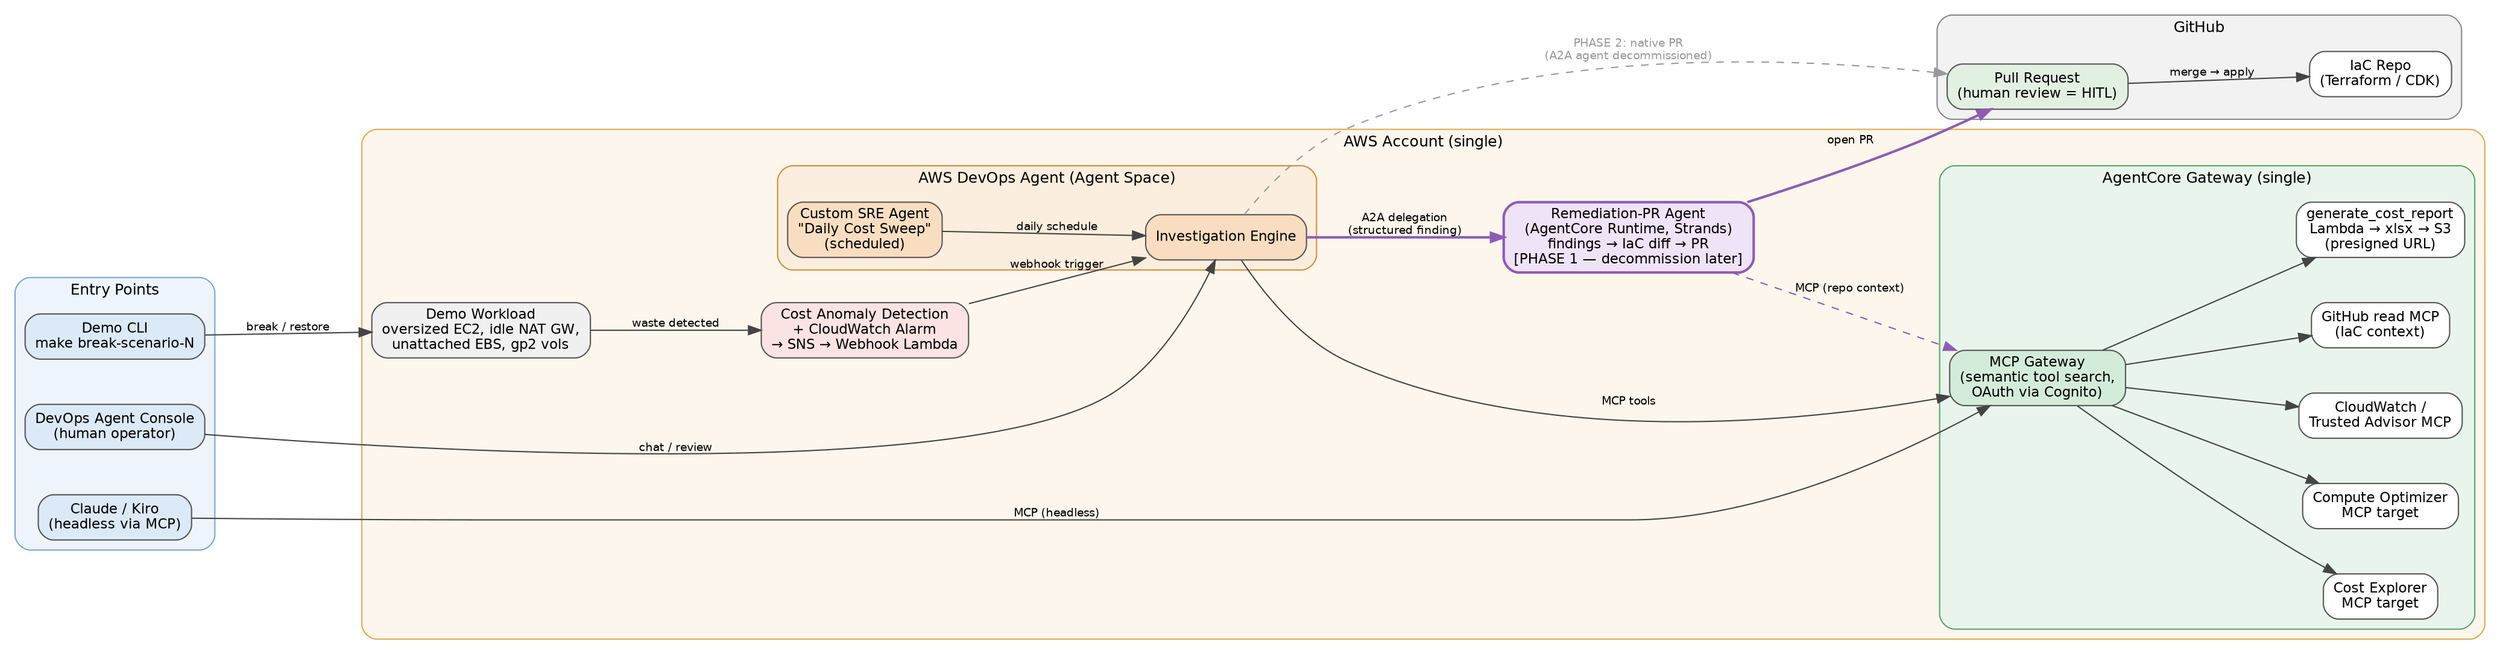
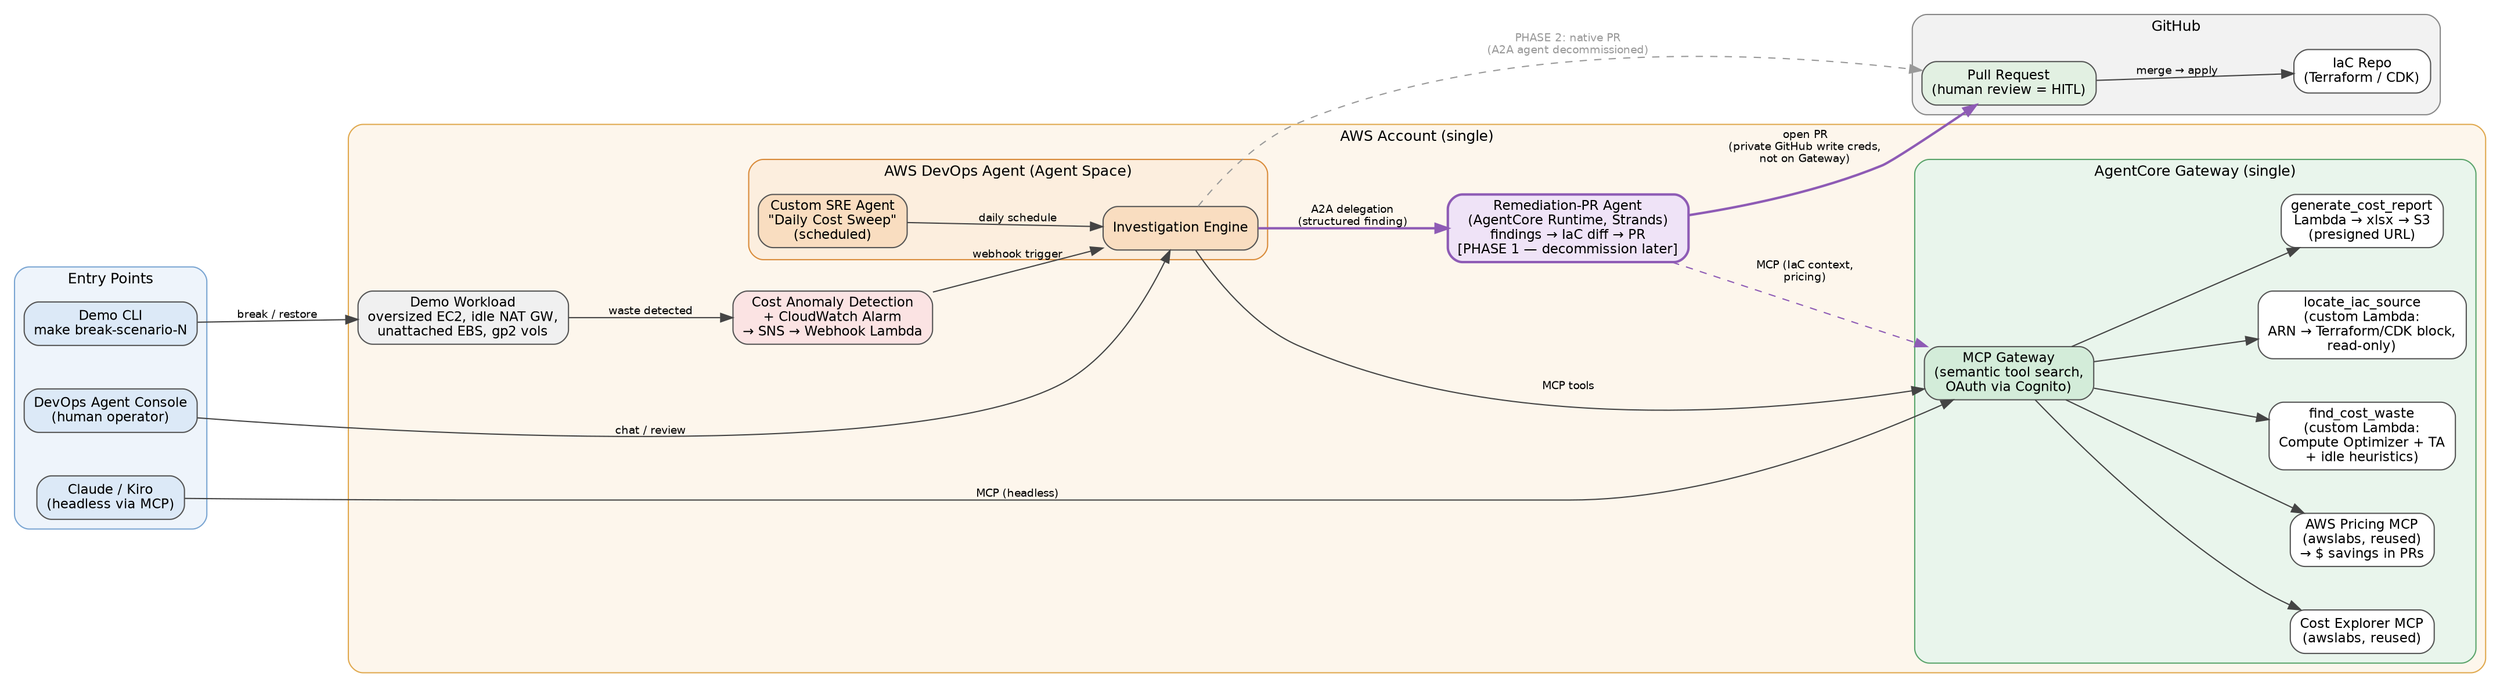
digraph G {
  rankdir=LR;
  fontname="Helvetica";
  fontsize=12;
  compound=true;
  node [fontname="Helvetica", fontsize=11, shape=box, style="rounded,filled", fillcolor="#ffffff", color="#555555"];
  edge [fontname="Helvetica", fontsize=9, color="#444444"];
  graph [splines=spline, nodesep=0.5, ranksep=0.9];

  /* ---------- Entry points ---------- */
  subgraph cluster_clients {
    label="Entry Points";
    style="rounded,filled";
    fillcolor="#eef4fb";
    color="#7aa5d2";
    console [label="DevOps Agent Console\n(human operator)", fillcolor="#dce9f7"];
    ide     [label="Claude / Kiro\n(headless via MCP)", fillcolor="#dce9f7"];
    cli     [label="Demo CLI\nmake break-scenario-N", fillcolor="#dce9f7"];
  }

  /* ---------- Single AWS Account ---------- */
  subgraph cluster_aws {
    label="AWS Account (single)";
    style="rounded,filled";
    fillcolor="#fdf6ec";
    color="#e0a94f";

    subgraph cluster_devops {
      label="AWS DevOps Agent (Agent Space)";
      style="rounded,filled";
      fillcolor="#fceede";
      color="#d98b3a";
      sre    [label="Custom SRE Agent\n\"Daily Cost Sweep\"\n(scheduled)", fillcolor="#f9ddc0"];
      invest [label="Investigation Engine", fillcolor="#f9ddc0"];
    }

    alarm  [label="Cost Anomaly Detection\n+ CloudWatch Alarm\n→ SNS → Webhook Lambda", fillcolor="#fbe3e3"];

    subgraph cluster_gw {
      label="AgentCore Gateway (single)";
      style="rounded,filled";
      fillcolor="#e9f5ec";
      color="#5aa46b";
      gw [label="MCP Gateway\n(semantic tool search,\nOAuth via Cognito)", fillcolor="#d3ecd9"];
-       mcp_ce  [label="Cost Explorer\nMCP target"];
-       mcp_co  [label="Compute Optimizer\nMCP target"];
-       mcp_cw  [label="CloudWatch /\nTrusted Advisor MCP"];
-       mcp_gh  [label="GitHub read MCP\n(IaC context)"];
+       mcp_ce  [label="Cost Explorer MCP\n(awslabs, reused)"];
+       mcp_pr  [label="AWS Pricing MCP\n(awslabs, reused)\n→ $ savings in PRs"];
+       mcp_fw  [label="find_cost_waste\n(custom Lambda:\nCompute Optimizer + TA\n+ idle heuristics)"];
+       mcp_iac [label="locate_iac_source\n(custom Lambda:\nARN → Terraform/CDK block,\nread-only)"];
      mcp_rpt [label="generate_cost_report\nLambda → xlsx → S3\n(presigned URL)"];
    }

    pragent [label="Remediation-PR Agent\n(AgentCore Runtime, Strands)\nfindings → IaC diff → PR\n[PHASE 1 — decommission later]", fillcolor="#efe3f7", color="#8e5bb5", penwidth=2];

    workload [label="Demo Workload\noversized EC2, idle NAT GW,\nunattached EBS, gp2 vols", fillcolor="#f0f0f0"];
  }

  /* ---------- GitHub ---------- */
  subgraph cluster_gh {
    label="GitHub";
    style="rounded,filled";
    fillcolor="#f2f2f2";
    color="#888888";
    repo [label="IaC Repo\n(Terraform / CDK)"];
    pr   [label="Pull Request\n(human review = HITL)", fillcolor="#e2f0e2"];
  }

  /* ---------- Flows ---------- */
  console -> invest [label="chat / review"];
  ide -> gw [label="MCP (headless)"];
  cli -> workload [label="break / restore"];

  workload -> alarm [label="waste detected"];
  alarm -> invest [label="webhook trigger"];
  sre -> invest [label="daily schedule"];

  invest -> gw [label="MCP tools"];
-   gw -> mcp_ce; gw -> mcp_co; gw -> mcp_cw; gw -> mcp_gh; gw -> mcp_rpt;
+   gw -> mcp_ce; gw -> mcp_pr; gw -> mcp_fw; gw -> mcp_iac; gw -> mcp_rpt;

  invest -> pragent [label="A2A delegation\n(structured finding)", color="#8e5bb5", penwidth=2];
-   pragent -> gw [label="MCP (repo context)", style=dashed, color="#8e5bb5"];
-   pragent -> pr [label="open PR", color="#8e5bb5", penwidth=2];
+   pragent -> gw [label="MCP (IaC context,\npricing)", style=dashed, color="#8e5bb5"];
+   pragent -> pr [label="open PR\n(private GitHub write creds,\nnot on Gateway)", color="#8e5bb5", penwidth=2];
  pr -> repo [label="merge → apply"];

  invest -> pr [label="PHASE 2: native PR\n(A2A agent decommissioned)", style=dashed, color="#999999", fontcolor="#999999"];
}
